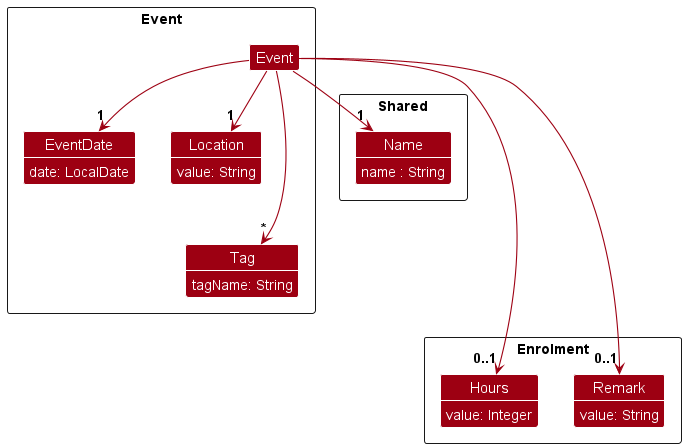
Before: docs/images/EventClassDiagram.png, a diagram exported from PlantUML (nus-cs2103-AY2324S1/tp).
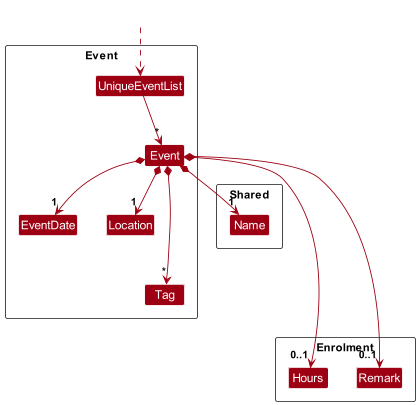
Above is the later version.

Commit message:
Update diagrams and note for hours and remark in Member and Event

Diff of the diagram source:
```diff
@@ -7,20 +7,14 @@
 skinparam arrowColor MODEL_COLOR
 skinparam classBackgroundColor MODEL_COLOR
 
-
+Class HiddenOutside #FFFFFF
 package Shared <<Rectangle>> {
-    class Name {
-        name : String
-    }
+    class Name
 }
 package Enrolment <<Rectangle>> {
-    class Hours {
-        value: Integer
-    }
+    class Hours
 
-    class Remark {
-        value: String
-    }
+    class Remark
 }
 
 package Event <<Rectangle>> {
@@ -29,27 +23,20 @@
     }
 
 
-    class EventDate {
-        date: LocalDate
-    }
+    class EventDate
 
-    class Location {
-        value: String
-    }
+    class Location
 
-    class Tag {
-        tagName: String
-    }
+    class Tag
+    HiddenOutside ..> UniqueEventList
+    UniqueEventList -down-> "*" Event
+    Event *-down->"1" Name
 
-
-
-    Event -down->"1" Name
-
-    Event -down->"1" EventDate
-    Event -down->"1" Location
-    Event --down->"*" Tag
-    Event ---down->"0..1" Hours
-    Event ---down->"0..1" Remark
+    Event *-down->"1" EventDate
+    Event *-down->"1" Location
+    Event *--down->"*" Tag
+    Event *---down->"0..1" Hours
+    Event *---down->"0..1" Remark
 
 
 
```
